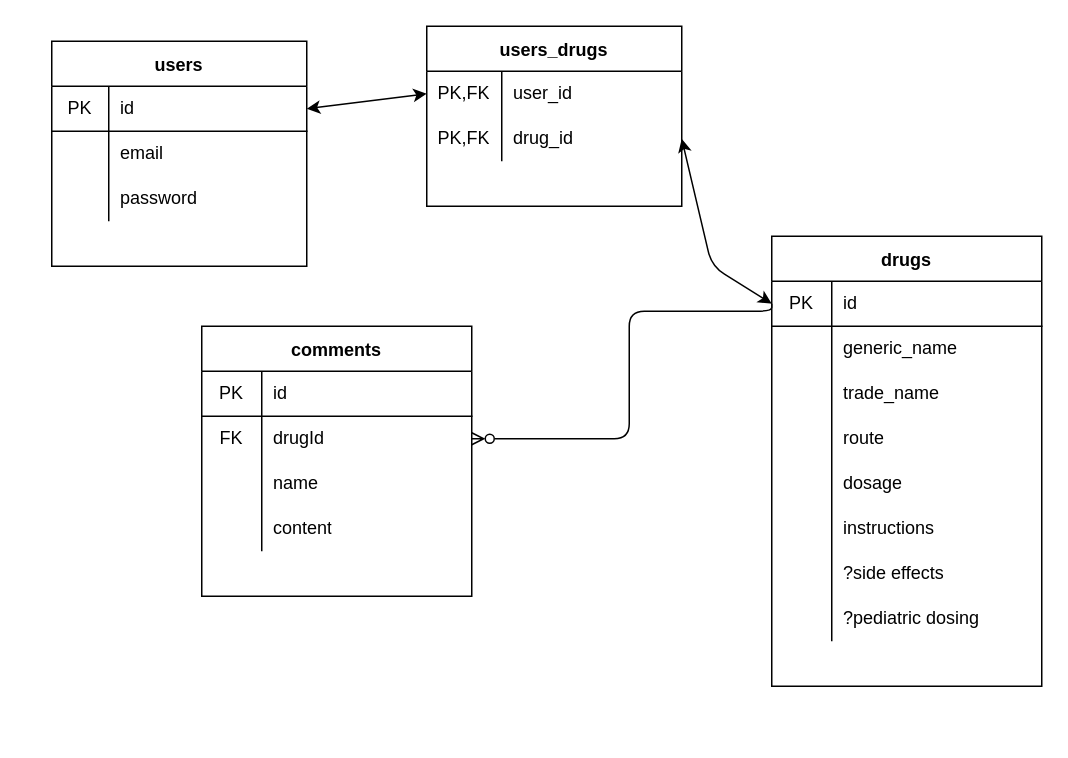
Above: ERD.drawio in emilyjryan/project-two (draw.io), before the change. Source tidied: cells renumbered, new cells numbered last; positions are measured from the earlier drawing's top-left corner, leaving out a move shared by most shapes. Both pictures are drawn from the tidied source at 150%, with x=0, y=0 at pixel (51, 26).
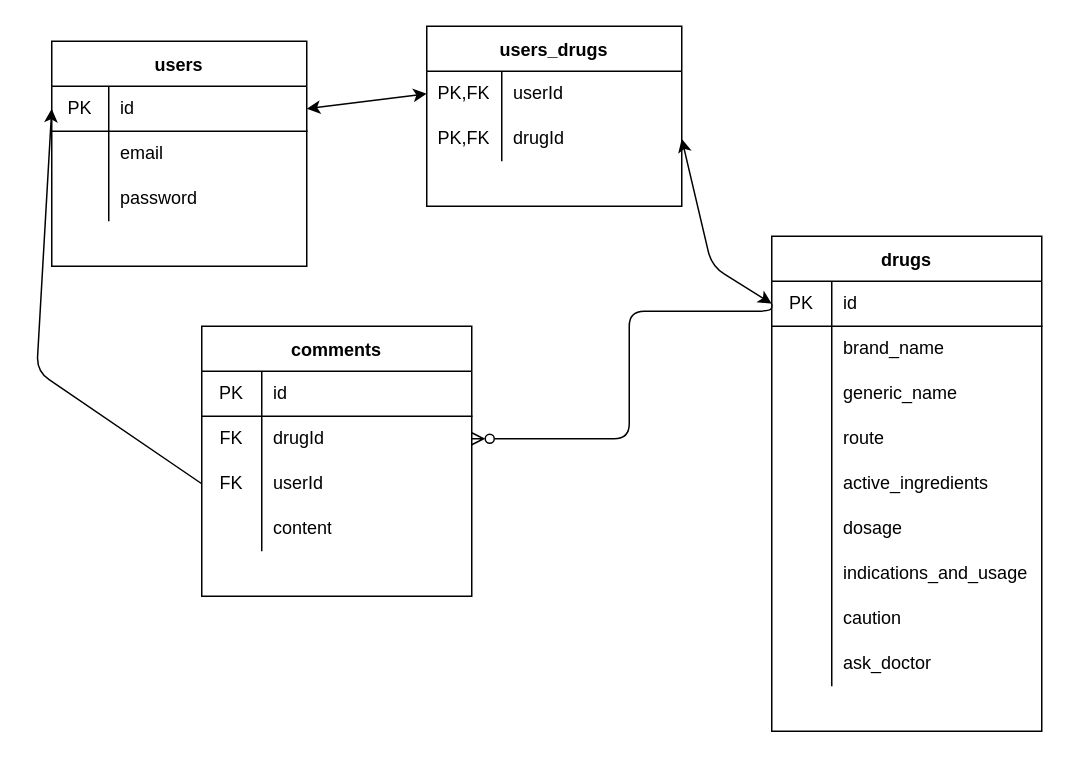
Above is the later version.

The change refers to these unchanged cells:
```xml
<mxCell id="3" style="shape=partialRectangle;html=1;whiteSpace=wrap;fillColor=none;top=0;left=0;bottom=1;right=0;points=[[0,0.5],[1,0.5]];portConstraint=eastwest;" parent="2" vertex="1">
  <mxGeometry y="30" width="170" height="30" as="geometry" />
</mxCell>
<mxCell id="16" style="shape=partialRectangle;html=1;whiteSpace=wrap;fillColor=none;top=0;left=0;bottom=0;right=0;" parent="12" vertex="1">
  <mxGeometry y="60" width="180" height="30" as="geometry" />
</mxCell>
<mxCell id="19" style="shape=partialRectangle;html=1;whiteSpace=wrap;fillColor=none;top=0;left=0;bottom=0;right=0;" parent="12" vertex="1">
  <mxGeometry y="90" width="180" height="30" as="geometry" />
</mxCell>
<mxCell id="25" style="shape=partialRectangle;html=1;whiteSpace=wrap;fillColor=none;top=0;left=0;bottom=0;right=0;" parent="12" vertex="1">
  <mxGeometry y="150" width="180" height="30" as="geometry" />
</mxCell>
<mxCell id="28" style="shape=partialRectangle;html=1;whiteSpace=wrap;fillColor=none;top=0;left=0;bottom=0;right=0;" parent="12" vertex="1">
  <mxGeometry y="180" width="180" height="30" as="geometry" />
</mxCell>
<mxCell id="31" style="shape=partialRectangle;html=1;whiteSpace=wrap;fillColor=none;top=0;left=0;bottom=0;right=0;" parent="12" vertex="1">
  <mxGeometry y="210" width="180" height="30" as="geometry" />
</mxCell>
<mxCell id="34" style="shape=partialRectangle;html=1;whiteSpace=wrap;fillColor=none;top=0;left=0;bottom=0;right=0;" parent="12" vertex="1">
  <mxGeometry y="240" width="180" height="30" as="geometry" />
</mxCell>
<mxCell id="44" style="shape=partialRectangle;html=1;whiteSpace=wrap;fillColor=none;top=0;left=0;bottom=0;right=0;points=[[0,0.5],[1,0.5]];portConstraint=eastwest;" parent="37" vertex="1">
  <mxGeometry y="90" width="180" height="30" as="geometry" />
</mxCell>
<mxCell id="52" style="shape=partialRectangle;html=1;whiteSpace=wrap;fillColor=none;top=0;left=0;bottom=0;right=0;points=[[0,0.5],[1,0.5]];portConstraint=eastwest;" parent="51" vertex="1">
  <mxGeometry y="30" width="170" height="30" as="geometry" />
</mxCell>
<mxCell id="55" style="shape=partialRectangle;html=1;whiteSpace=wrap;fillColor=none;top=0;left=0;bottom=0;right=0;points=[[0,0.5],[1,0.5]];portConstraint=eastwest;" parent="51" vertex="1">
  <mxGeometry y="60" width="170" height="30" as="geometry" />
</mxCell>
```

Change to the diagram source:
```diff
@@
     <mxCell id="12" value="drugs" style="shape=table;startSize=30;childLayout=tableLayout;rowLines=0;fontStyle=1;align=center;" parent="1" vertex="1">
-      <mxGeometry x="480" y="140" width="180" height="300" as="geometry" />
+      <mxGeometry x="480" y="140" width="180" height="330" as="geometry" />
     </mxCell>
@@
-    <mxCell id="18" value="generic_name" style="shape=partialRectangle;html=1;whiteSpace=wrap;fillColor=none;top=0;left=0;bottom=0;right=0;align=left;spacingLeft=6;overflow=hidden;" parent="16" vertex="1">
+    <mxCell id="18" value="brand_name" style="shape=partialRectangle;html=1;whiteSpace=wrap;fillColor=none;top=0;left=0;bottom=0;right=0;align=left;spacingLeft=6;overflow=hidden;" parent="16" vertex="1">
       <mxGeometry x="40" width="140" height="30" as="geometry" />
     </mxCell>
@@
-    <mxCell id="21" value="trade_name" style="shape=partialRectangle;html=1;whiteSpace=wrap;fillColor=none;top=0;left=0;bottom=0;right=0;align=left;spacingLeft=6;overflow=hidden;" parent="19" vertex="1">
+    <mxCell id="21" value="generic_name" style="shape=partialRectangle;html=1;whiteSpace=wrap;fillColor=none;top=0;left=0;bottom=0;right=0;align=left;spacingLeft=6;overflow=hidden;" parent="19" vertex="1">
       <mxGeometry x="40" width="140" height="30" as="geometry" />
     </mxCell>
@@
-    <mxCell id="27" value="dosage" style="shape=partialRectangle;html=1;whiteSpace=wrap;fillColor=none;top=0;left=0;bottom=0;right=0;align=left;spacingLeft=6;overflow=hidden;" parent="25" vertex="1">
+    <mxCell id="27" value="active_ingredients" style="shape=partialRectangle;html=1;whiteSpace=wrap;fillColor=none;top=0;left=0;bottom=0;right=0;align=left;spacingLeft=6;overflow=hidden;" parent="25" vertex="1">
       <mxGeometry x="40" width="140" height="30" as="geometry" />
     </mxCell>
@@
-    <mxCell id="30" value="instructions" style="shape=partialRectangle;html=1;whiteSpace=wrap;fillColor=none;top=0;left=0;bottom=0;right=0;align=left;spacingLeft=6;overflow=hidden;" parent="28" vertex="1">
+    <mxCell id="30" value="dosage" style="shape=partialRectangle;html=1;whiteSpace=wrap;fillColor=none;top=0;left=0;bottom=0;right=0;align=left;spacingLeft=6;overflow=hidden;" parent="28" vertex="1">
       <mxGeometry x="40" width="140" height="30" as="geometry" />
     </mxCell>
@@
-    <mxCell id="33" value="?side effects" style="shape=partialRectangle;html=1;whiteSpace=wrap;fillColor=none;top=0;left=0;bottom=0;right=0;align=left;spacingLeft=6;overflow=hidden;" parent="31" vertex="1">
+    <mxCell id="33" value="indications_and_usage" style="shape=partialRectangle;html=1;whiteSpace=wrap;fillColor=none;top=0;left=0;bottom=0;right=0;align=left;spacingLeft=6;overflow=hidden;" parent="31" vertex="1">
       <mxGeometry x="40" width="140" height="30" as="geometry" />
     </mxCell>
@@
-    <mxCell id="36" value="?pediatric dosing" style="shape=partialRectangle;html=1;whiteSpace=wrap;fillColor=none;top=0;left=0;bottom=0;right=0;align=left;spacingLeft=6;overflow=hidden;" parent="34" vertex="1">
+    <mxCell id="36" value="caution" style="shape=partialRectangle;html=1;whiteSpace=wrap;fillColor=none;top=0;left=0;bottom=0;right=0;align=left;spacingLeft=6;overflow=hidden;" parent="34" vertex="1">
       <mxGeometry x="40" width="140" height="30" as="geometry" />
     </mxCell>
+    <mxCell id="60" style="shape=partialRectangle;html=1;whiteSpace=wrap;fillColor=none;top=0;left=0;bottom=0;right=0;" parent="12" vertex="1">
+      <mxGeometry y="270" width="180" height="30" as="geometry" />
+    </mxCell>
+    <mxCell id="61" style="shape=partialRectangle;html=1;whiteSpace=wrap;fillColor=none;top=0;left=0;bottom=0;right=0;overflow=hidden;" parent="60" vertex="1">
+      <mxGeometry width="40" height="30" as="geometry" />
+    </mxCell>
+    <mxCell id="62" value="ask_doctor" style="shape=partialRectangle;html=1;whiteSpace=wrap;fillColor=none;top=0;left=0;bottom=0;right=0;align=left;spacingLeft=6;overflow=hidden;" parent="60" vertex="1">
+      <mxGeometry x="40" width="140" height="30" as="geometry" />
+    </mxCell>
@@
-    <mxCell id="45" value="&lt;span style=&quot;white-space: pre&quot;&gt;&#9;&lt;/span&gt;" style="shape=partialRectangle;html=1;whiteSpace=wrap;fillColor=none;top=0;left=0;bottom=0;right=0;overflow=hidden;" parent="44" vertex="1">
+    <mxCell id="45" value="FK" style="shape=partialRectangle;html=1;whiteSpace=wrap;fillColor=none;top=0;left=0;bottom=0;right=0;overflow=hidden;" parent="44" vertex="1">
       <mxGeometry width="40" height="30" as="geometry" />
     </mxCell>
-    <mxCell id="46" value="name" style="shape=partialRectangle;html=1;whiteSpace=wrap;fillColor=none;top=0;left=0;bottom=0;right=0;align=left;spacingLeft=6;overflow=hidden;" parent="44" vertex="1">
+    <mxCell id="46" value="userId" style="shape=partialRectangle;html=1;whiteSpace=wrap;fillColor=none;top=0;left=0;bottom=0;right=0;align=left;spacingLeft=6;overflow=hidden;" parent="44" vertex="1">
       <mxGeometry x="40" width="140" height="30" as="geometry" />
     </mxCell>
@@
-    <mxCell id="54" value="user_id" style="shape=partialRectangle;html=1;whiteSpace=wrap;fillColor=none;top=0;left=0;bottom=0;right=0;align=left;spacingLeft=6;overflow=hidden;" parent="52" vertex="1">
+    <mxCell id="54" value="userId" style="shape=partialRectangle;html=1;whiteSpace=wrap;fillColor=none;top=0;left=0;bottom=0;right=0;align=left;spacingLeft=6;overflow=hidden;" parent="52" vertex="1">
       <mxGeometry x="50" width="120" height="30" as="geometry" />
     </mxCell>
@@
-    <mxCell id="57" value="drug_id" style="shape=partialRectangle;html=1;whiteSpace=wrap;fillColor=none;top=0;left=0;bottom=0;right=0;align=left;spacingLeft=6;overflow=hidden;" parent="55" vertex="1">
+    <mxCell id="57" value="drugId" style="shape=partialRectangle;html=1;whiteSpace=wrap;fillColor=none;top=0;left=0;bottom=0;right=0;align=left;spacingLeft=6;overflow=hidden;" parent="55" vertex="1">
       <mxGeometry x="50" width="120" height="30" as="geometry" />
     </mxCell>
@@
+    <mxCell id="63" style="edgeStyle=none;html=1;exitX=0;exitY=0.5;exitDx=0;exitDy=0;entryX=0;entryY=0.5;entryDx=0;entryDy=0;" parent="1" edge="1" source="44" target="3">
+      <mxGeometry relative="1" as="geometry">
+        <Array as="points">
+          <mxPoint x="-10" y="230" />
+        </Array>
+      </mxGeometry>
+    </mxCell>
```
